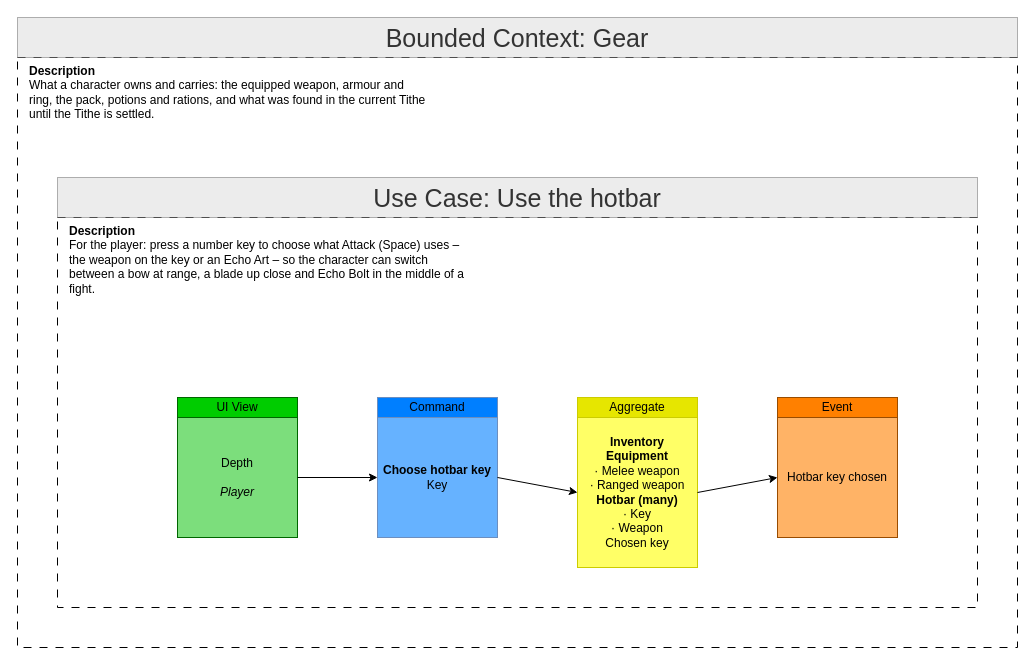
Above: ProductOwner/contexts/gear/models/Feature-028-use-the-hotbar.drawio in tokeboisen/themaw (draw.io), before the change. Source tidied: cells renumbered, new cells numbered last; positions are measured from the earlier drawing's top-left corner, leaving out a move shared by most shapes. Both pictures are drawn from the tidied source at 100%, with x=0, y=0 at pixel (17, 17).
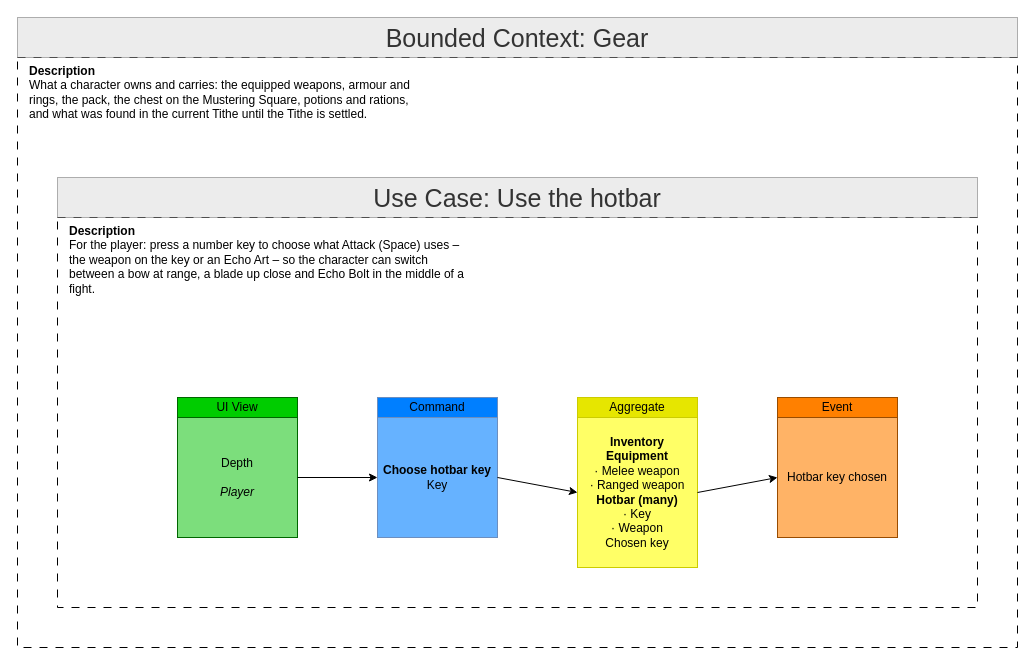
After the change.

Change to the diagram source:
```diff
@@
 <mxGraphModel>
   <root>
     <mxCell id="0" />
     <mxCell id="1" parent="0" />
     <mxCell id="2" style="rounded=0;whiteSpace=wrap;html=1;fillColor=none;dashed=1;dashPattern=8 8;" parent="1" vertex="1">
       <mxGeometry y="40" width="1000" height="590" as="geometry" />
     </mxCell>
     <mxCell id="3" value="Bounded Context: Gear" style="text;html=1;whiteSpace=wrap;strokeColor=#666666;fillColor=#D9D9D9;align=center;verticalAlign=middle;rounded=0;fontSize=25;fontColor=#333333;opacity=50;" parent="1" vertex="1">
       <mxGeometry width="1000" height="40" as="geometry" />
     </mxCell>
-    <mxCell id="4" value="&lt;div&gt;&lt;b&gt;Description&lt;/b&gt;&lt;/div&gt;What a character owns and carries: the equipped weapon, armour and ring, the pack, potions and rations, and what was found in the current Tithe until the Tithe is settled." style="text;html=1;whiteSpace=wrap;overflow=hidden;rounded=0;strokeColor=none;fillColor=none;align=left;verticalAlign=top;" parent="1" vertex="1">
+    <mxCell id="4" value="&lt;div&gt;&lt;b&gt;Description&lt;/b&gt;&lt;/div&gt;What a character owns and carries: the equipped weapons, armour and rings, the pack, the chest on the Mustering Square, potions and rations, and what was found in the current Tithe until the Tithe is settled." style="text;html=1;whiteSpace=wrap;overflow=hidden;rounded=0;strokeColor=none;fillColor=none;align=left;verticalAlign=top;" parent="1" vertex="1">
       <mxGeometry x="10" y="40" width="400" height="80" as="geometry" />
     </mxCell>
     <mxCell id="5" style="rounded=0;whiteSpace=wrap;html=1;fillColor=none;dashed=1;dashPattern=8 8;" parent="1" vertex="1">
       <mxGeometry x="40" y="200" width="920" height="390" as="geometry" />
     </mxCell>
     <mxCell id="6" value="Use Case: Use the hotbar" style="text;html=1;whiteSpace=wrap;strokeColor=#666666;fillColor=#D9D9D9;align=center;verticalAlign=middle;rounded=0;fontSize=25;fontColor=#333333;opacity=50;" parent="1" vertex="1">
       <mxGeometry x="40" y="160" width="920" height="40" as="geometry" />
     </mxCell>
     <mxCell id="7" value="&lt;div&gt;&lt;b&gt;Description&lt;/b&gt;&lt;/div&gt;For the player: press a number key to choose what Attack (Space) uses – the weapon on the key or an Echo Art – so the character can switch between a bow at range, a blade up close and Echo Bolt in the middle of a fight." style="text;html=1;whiteSpace=wrap;overflow=hidden;rounded=0;strokeColor=none;fillColor=none;align=left;verticalAlign=top;" parent="1" vertex="1">
       <mxGeometry x="50" y="200" width="400" height="140" as="geometry" />
     </mxCell>
     <mxCell id="8" value="Depth&lt;br&gt;&lt;br&gt;&lt;i&gt;Player&lt;/i&gt;" style="rounded=0;whiteSpace=wrap;html=1;labelBackgroundColor=none;fillColor=#7CDE7C;strokeColor=#006600;" parent="1" vertex="1">
       <mxGeometry x="160" y="400" width="120" height="120" as="geometry" />
     </mxCell>
     <mxCell id="9" value="UI View" style="rounded=0;whiteSpace=wrap;html=1;labelBackgroundColor=none;fillColor=#00CC00;strokeColor=#006600;" parent="1" vertex="1">
       <mxGeometry x="160" y="380" width="120" height="20" as="geometry" />
     </mxCell>
     <mxCell id="10" value="&lt;b&gt;Choose hotbar key&lt;/b&gt;&lt;br&gt;Key" style="rounded=0;whiteSpace=wrap;html=1;labelBackgroundColor=none;fillColor=#66B2FF;strokeColor=#6C8EBF;" parent="1" vertex="1">
       <mxGeometry x="360" y="400" width="120" height="120" as="geometry" />
     </mxCell>
     <mxCell id="11" value="Command" style="rounded=0;whiteSpace=wrap;html=1;labelBackgroundColor=none;fillColor=#007FFF;strokeColor=#6C8EBF;" parent="1" vertex="1">
       <mxGeometry x="360" y="380" width="120" height="20" as="geometry" />
     </mxCell>
     <mxCell id="12" value="&lt;b&gt;Inventory&lt;/b&gt;&lt;br&gt;&lt;b&gt;Equipment&lt;/b&gt;&lt;br&gt;· Melee weapon&lt;br&gt;· Ranged weapon&lt;br&gt;&lt;b&gt;Hotbar (many)&lt;/b&gt;&lt;br&gt;· Key&lt;br&gt;· Weapon&lt;br&gt;Chosen key" style="rounded=0;whiteSpace=wrap;html=1;labelBackgroundColor=none;fillColor=#FFFF66;strokeColor=#CCCC00;" parent="1" vertex="1">
       <mxGeometry x="560" y="400" width="120" height="150" as="geometry" />
     </mxCell>
     <mxCell id="13" value="Aggregate" style="rounded=0;whiteSpace=wrap;html=1;labelBackgroundColor=none;fillColor=#E6E600;strokeColor=#CCCC00;" parent="1" vertex="1">
       <mxGeometry x="560" y="380" width="120" height="20" as="geometry" />
     </mxCell>
     <mxCell id="14" value="Hotbar key chosen" style="rounded=0;whiteSpace=wrap;html=1;labelBackgroundColor=none;fillColor=#FFB366;strokeColor=#994C00;" parent="1" vertex="1">
       <mxGeometry x="760" y="400" width="120" height="120" as="geometry" />
     </mxCell>
     <mxCell id="15" value="Event" style="rounded=0;whiteSpace=wrap;html=1;labelBackgroundColor=none;fillColor=#FF8000;strokeColor=#994C00;" parent="1" vertex="1">
       <mxGeometry x="760" y="380" width="120" height="20" as="geometry" />
     </mxCell>
     <mxCell id="16" style="endArrow=classic;html=1;rounded=0;exitX=1;exitY=0.5;exitDx=0;exitDy=0;entryX=0;entryY=0.5;entryDx=0;entryDy=0;" parent="1" edge="1" source="8" target="10">
       <mxGeometry relative="1" as="geometry" />
     </mxCell>
     <mxCell id="17" style="endArrow=classic;html=1;rounded=0;exitX=1;exitY=0.5;exitDx=0;exitDy=0;entryX=0;entryY=0.5;entryDx=0;entryDy=0;" parent="1" edge="1" source="10" target="12">
       <mxGeometry relative="1" as="geometry" />
     </mxCell>
     <mxCell id="18" style="endArrow=classic;html=1;rounded=0;exitX=1;exitY=0.5;exitDx=0;exitDy=0;entryX=0;entryY=0.5;entryDx=0;entryDy=0;" parent="1" edge="1" source="12" target="14">
       <mxGeometry relative="1" as="geometry" />
     </mxCell>
   </root>
 </mxGraphModel>
```
